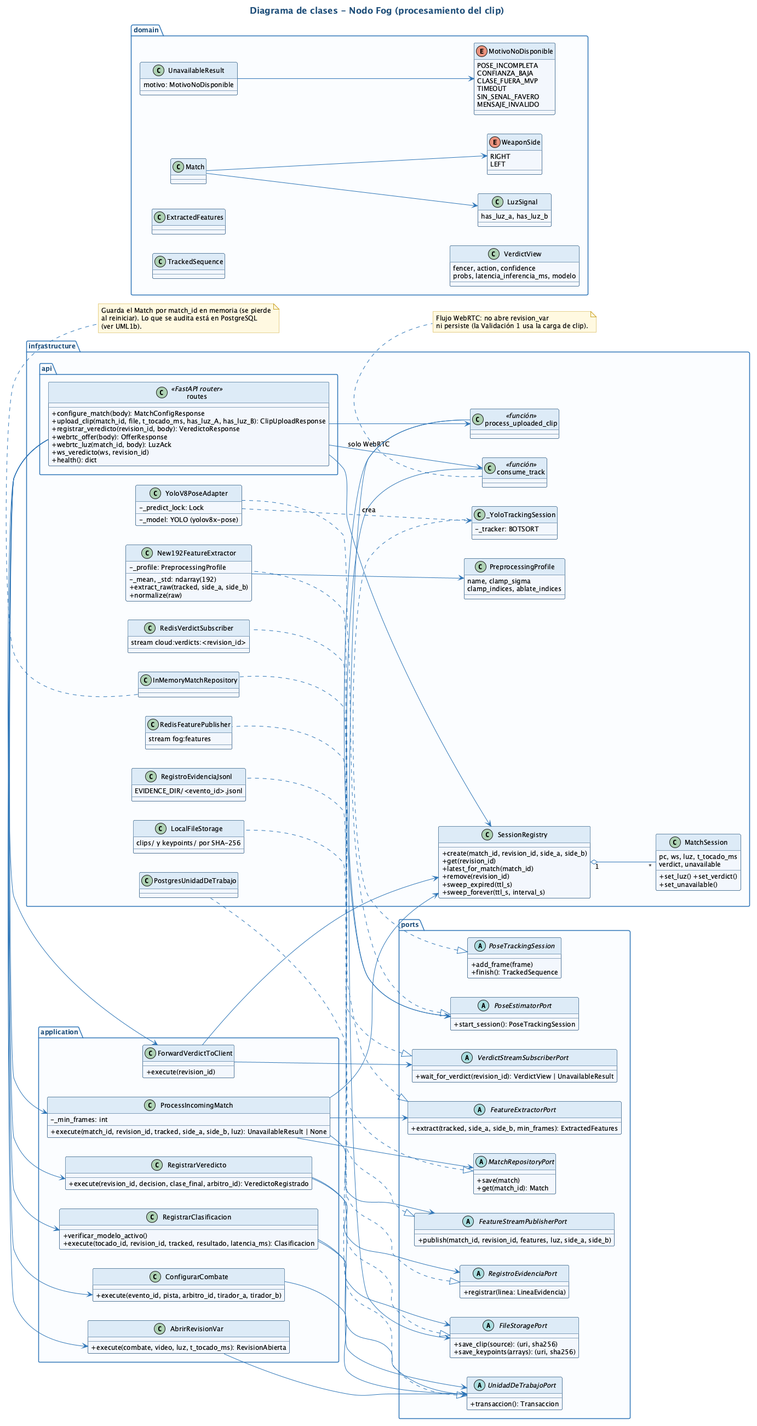
Earlier version of the PlantUML export docs/uml/UML1_Clases_Fog.png (nicolaszagal/SaberAITesis).
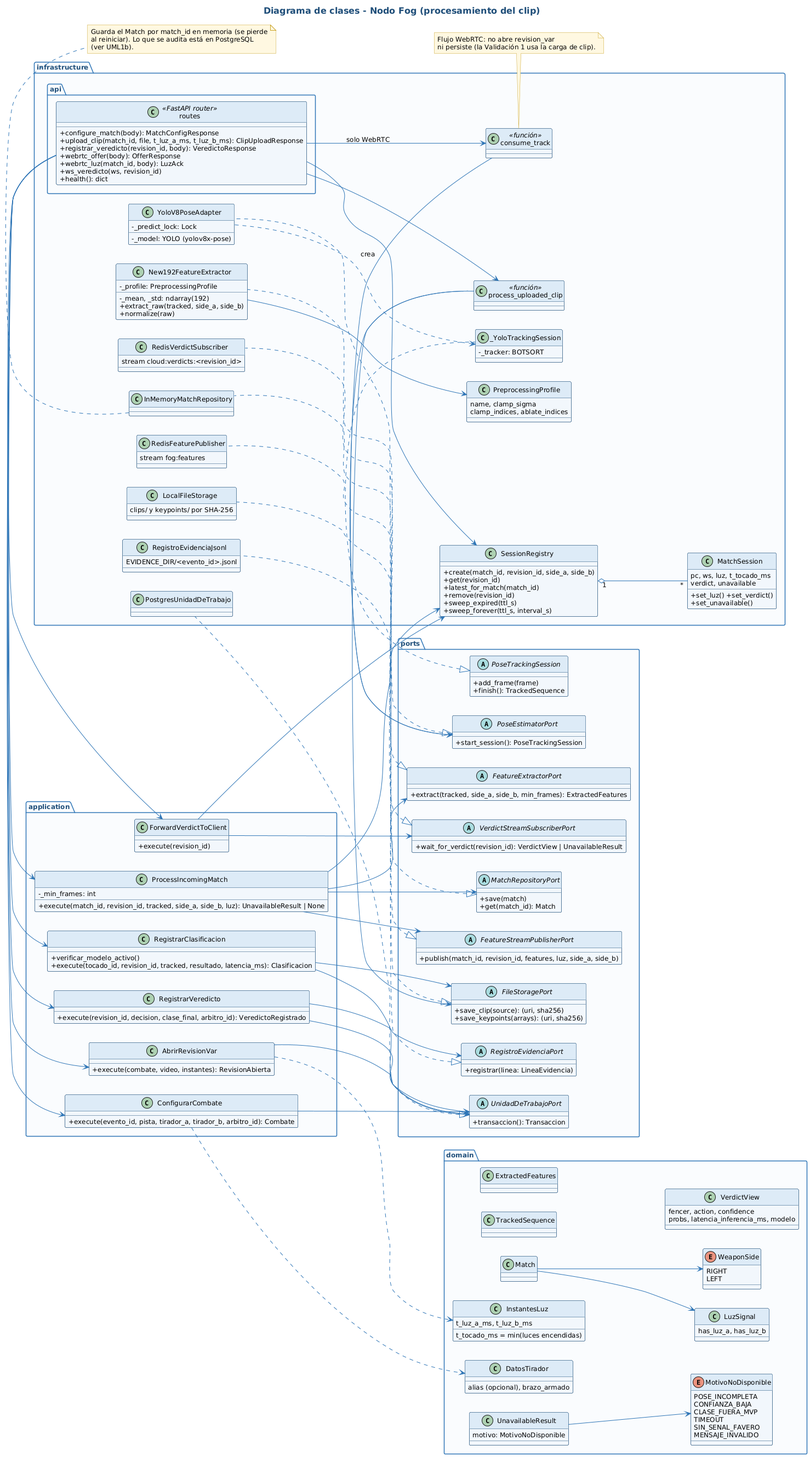
The same file after the commit.

Change to the diagram source:
```diff
@@ -6,7 +6,7 @@
 package "infrastructure.api" {
   class routes <<FastAPI router>> {
     +configure_match(body): MatchConfigResponse
-    +upload_clip(match_id, file, t_tocado_ms, has_luz_A, has_luz_B): ClipUploadResponse
+    +upload_clip(match_id, file, t_luz_a_ms, t_luz_b_ms): ClipUploadResponse
     +registrar_veredicto(revision_id, body): VeredictoResponse
     +webrtc_offer(body): OfferResponse
     +webrtc_luz(match_id, body): LuzAck
@@ -17,10 +17,10 @@
 
 package "application" {
   class ConfigurarCombate {
-    +execute(evento_id, pista, arbitro_id, tirador_a, tirador_b)
+    +execute(evento_id, pista, tirador_a, tirador_b, arbitro_id): Combate
   }
   class AbrirRevisionVar {
-    +execute(combate, video, luz, t_tocado_ms): RevisionAbierta
+    +execute(combate, video, instantes): RevisionAbierta
   }
   class ProcessIncomingMatch {
     -_min_frames: int
@@ -128,6 +128,13 @@
   class LuzSignal {
     has_luz_a, has_luz_b
   }
+  class InstantesLuz {
+    t_luz_a_ms, t_luz_b_ms
+    t_tocado_ms = min(luces encendidas)
+  }
+  class DatosTirador {
+    alias (opcional), brazo_armado
+  }
   class VerdictView {
     fencer, action, confidence
     probs, latencia_inferencia_ms, modelo
@@ -191,6 +198,8 @@
 UnavailableResult --> MotivoNoDisponible
 Match --> WeaponSide
 Match --> LuzSignal
+AbrirRevisionVar ..> InstantesLuz
+ConfigurarCombate ..> DatosTirador
 note bottom of InMemoryMatchRepository : Guarda el Match por match_id en memoria (se pierde\nal reiniciar). Lo que se audita está en PostgreSQL\n(ver UML1b).
 note bottom of consume_track : Flujo WebRTC: no abre revision_var\nni persiste (la Validación 1 usa la carga de clip).
 @enduml
```
